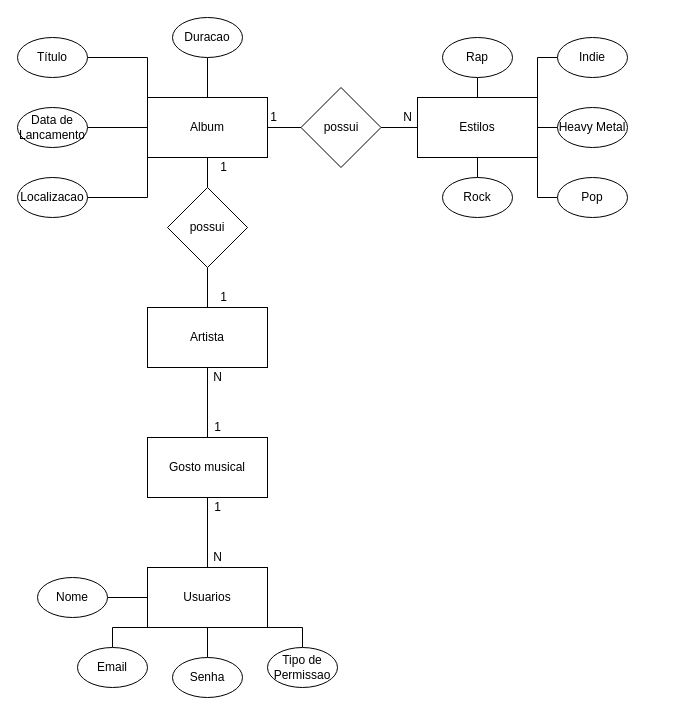
Before: page "conceitual" (1 of 2) of sprint-1-bd/exercicios/1.4-exercicio-optus/1.4-exercicio-optus.drawio in gimacedo-blop/DEV-1, a draw.io diagram. Source tidied: cells renumbered, new cells numbered last; positions are measured from the earlier drawing's top-left corner, leaving out a move shared by most shapes. Both pictures are drawn from the tidied source at 100%, with x=0, y=0 at pixel (17, 17).
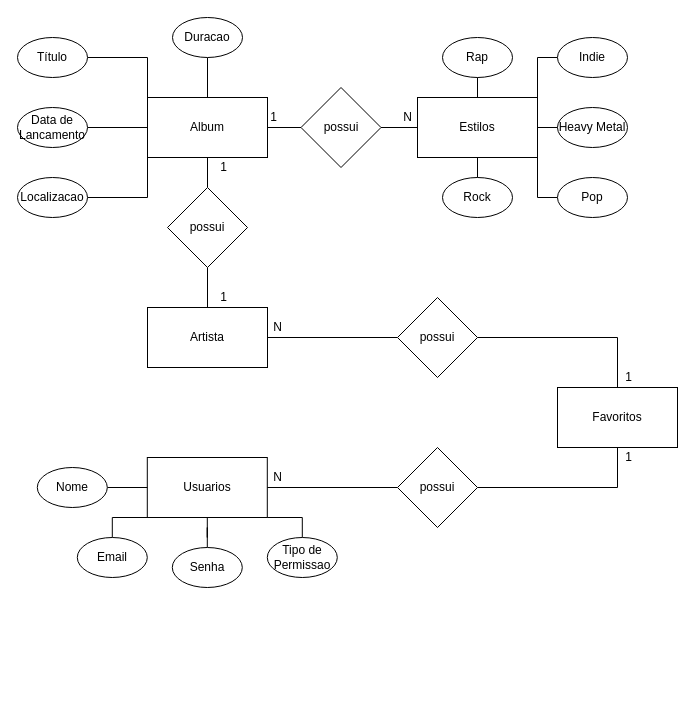
The same diagram, later.

The change refers to these unchanged cells:
```xml
<mxCell id="23" value="Artista" style="rounded=0;whiteSpace=wrap;html=1;" parent="1" vertex="1">
  <mxGeometry x="130" y="290" width="120" height="60" as="geometry" />
</mxCell>
```

Diff of the diagram source:
```diff
@@
-    <mxCell id="12" style="edgeStyle=orthogonalEdgeStyle;rounded=0;jettySize=auto;html=1;entryX=0.5;entryY=1;entryDx=0;entryDy=0;endArrow=none;endFill=0;" parent="1" edge="1" source="13" target="44">
-      <mxGeometry relative="1" as="geometry" />
-    </mxCell>
     <mxCell id="13" value="Usuarios" style="whiteSpace=wrap;html=1;" parent="1" vertex="1">
-      <mxGeometry x="130" y="550" width="120" height="60" as="geometry" />
+      <mxGeometry x="129.8" y="440" width="120" height="60" as="geometry" />
     </mxCell>
@@
     <mxCell id="15" value="Senha" style="ellipse;whiteSpace=wrap;html=1;" parent="1" vertex="1">
-      <mxGeometry x="155" y="640" width="70" height="40" as="geometry" />
+      <mxGeometry x="154.8" y="530" width="70" height="40" as="geometry" />
     </mxCell>
@@
     <mxCell id="17" value="Tipo de Permissao" style="ellipse;whiteSpace=wrap;html=1;" parent="1" vertex="1">
-      <mxGeometry x="250" y="630" width="70" height="40" as="geometry" />
+      <mxGeometry x="249.8" y="520" width="70" height="40" as="geometry" />
     </mxCell>
@@
     <mxCell id="19" value="Nome" style="ellipse;whiteSpace=wrap;html=1;" parent="1" vertex="1">
-      <mxGeometry x="20" y="560" width="70" height="40" as="geometry" />
+      <mxGeometry x="19.8" y="450" width="70" height="40" as="geometry" />
     </mxCell>
@@
     <mxCell id="21" value="Email" style="ellipse;whiteSpace=wrap;html=1;" parent="1" vertex="1">
-      <mxGeometry x="60" y="630" width="70" height="40" as="geometry" />
+      <mxGeometry x="59.8" y="520" width="70" height="40" as="geometry" />
     </mxCell>
@@
-    <mxCell id="43" style="edgeStyle=orthogonalEdgeStyle;rounded=0;jettySize=auto;html=1;entryX=0.5;entryY=1;entryDx=0;entryDy=0;endArrow=none;endFill=0;" parent="1" edge="1" source="44" target="23">
-      <mxGeometry relative="1" as="geometry" />
-    </mxCell>
-    <mxCell id="44" value="Gosto musical" style="rounded=0;whiteSpace=wrap;html=1;" parent="1" vertex="1">
-      <mxGeometry x="130" y="420" width="120" height="60" as="geometry" />
-    </mxCell>
     <mxCell id="45" value="N" style="text;html=1;align=center;verticalAlign=middle;" parent="1" vertex="1">
-      <mxGeometry x="190" y="530" width="20" height="20" as="geometry" />
+      <mxGeometry x="250" y="450" width="20" height="20" as="geometry" />
     </mxCell>
     <mxCell id="46" value="N" style="text;html=1;align=center;verticalAlign=middle;" parent="1" vertex="1">
-      <mxGeometry x="190" y="350" width="20" height="20" as="geometry" />
+      <mxGeometry x="249.8" y="300" width="20" height="20" as="geometry" />
     </mxCell>
-    <mxCell id="47" value="1" style="text;html=1;align=center;verticalAlign=middle;" parent="1" vertex="1">
-      <mxGeometry x="190" y="400" width="20" height="20" as="geometry" />
-    </mxCell>
-    <mxCell id="48" value="1" style="text;html=1;align=center;verticalAlign=middle;" parent="1" vertex="1">
-      <mxGeometry x="190" y="480" width="20" height="20" as="geometry" />
-    </mxCell>
+    <mxCell id="49" value="Favoritos" style="whiteSpace=wrap;html=1;" parent="1" vertex="1">
+      <mxGeometry x="540" y="370" width="120" height="60" as="geometry" />
+    </mxCell>
+    <mxCell id="50" style="edgeStyle=orthogonalEdgeStyle;rounded=0;jettySize=auto;html=1;entryX=0.5;entryY=0;entryDx=0;entryDy=0;endArrow=none;endFill=0;" parent="1" edge="1" source="52" target="49">
+      <mxGeometry relative="1" as="geometry" />
+    </mxCell>
+    <mxCell id="51" style="edgeStyle=orthogonalEdgeStyle;rounded=0;jettySize=auto;html=1;entryX=1;entryY=0.5;entryDx=0;entryDy=0;endArrow=none;endFill=0;" parent="1" edge="1" source="52" target="23">
+      <mxGeometry relative="1" as="geometry" />
+    </mxCell>
+    <mxCell id="52" value="possui" style="rhombus;whiteSpace=wrap;html=1;" parent="1" vertex="1">
+      <mxGeometry x="380" y="280" width="80" height="80" as="geometry" />
+    </mxCell>
+    <mxCell id="53" style="edgeStyle=orthogonalEdgeStyle;rounded=0;jettySize=auto;html=1;entryX=0.5;entryY=1;entryDx=0;entryDy=0;endArrow=none;endFill=0;" parent="1" edge="1" source="55" target="49">
+      <mxGeometry relative="1" as="geometry" />
+    </mxCell>
+    <mxCell id="54" style="edgeStyle=orthogonalEdgeStyle;rounded=0;jettySize=auto;html=1;entryX=1;entryY=0.5;entryDx=0;entryDy=0;endArrow=none;endFill=0;" parent="1" edge="1" source="55" target="13">
+      <mxGeometry relative="1" as="geometry" />
+    </mxCell>
+    <mxCell id="55" value="possui" style="rhombus;whiteSpace=wrap;html=1;" parent="1" vertex="1">
+      <mxGeometry x="380" y="430" width="80" height="80" as="geometry" />
+    </mxCell>
+    <mxCell id="56" value="1" style="text;html=1;align=center;verticalAlign=middle;" parent="1" vertex="1">
+      <mxGeometry x="601" y="430" width="20" height="20" as="geometry" />
+    </mxCell>
+    <mxCell id="57" value="1" style="text;html=1;align=center;verticalAlign=middle;" parent="1" vertex="1">
+      <mxGeometry x="601" y="350" width="20" height="20" as="geometry" />
+    </mxCell>
```
